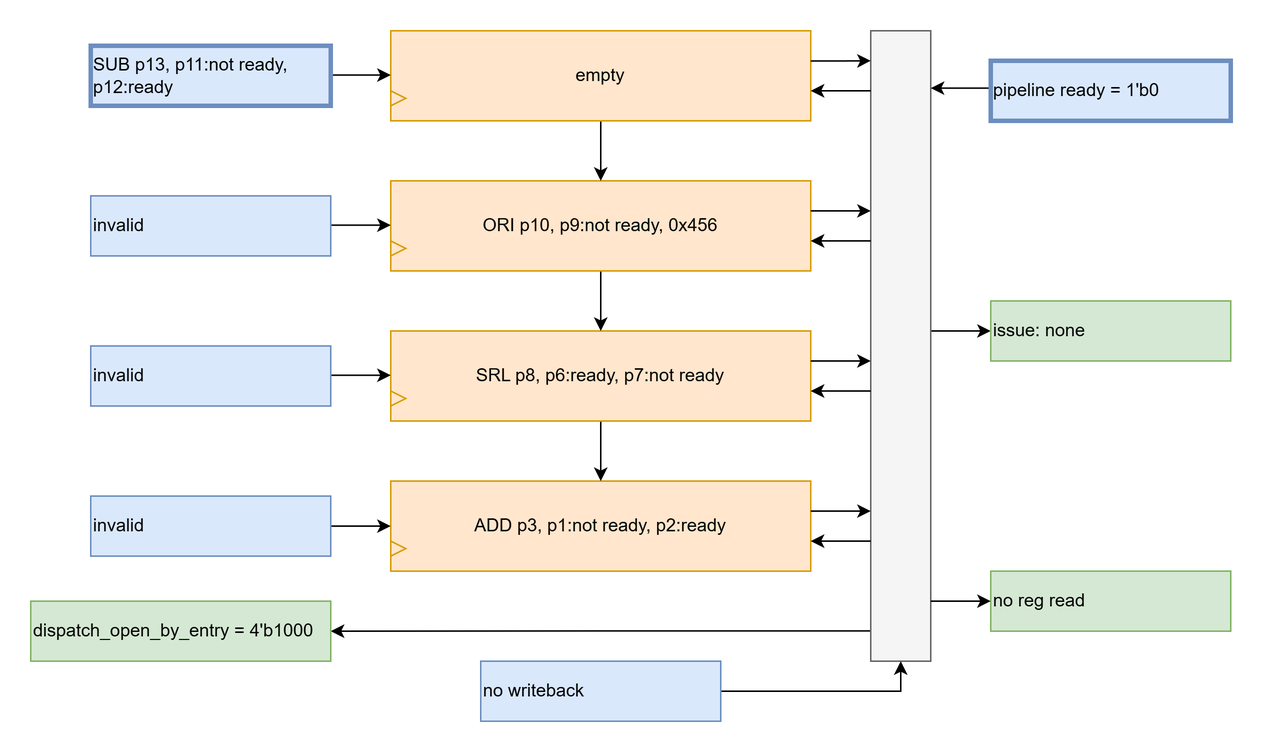
Above: spec/design/alu_iq_cycle_3.png in zlagpacan/LOROF (draw.io), before the change. Source tidied: cells renumbered, new cells last; positions are measured from the earlier drawing's top-left corner, leaving out a move shared by most shapes. Its diagram source:
```xml
<mxGraphModel>
  <root>
    <mxCell id="0" />
    <mxCell id="1" parent="0" />
    <mxCell id="2" value="&lt;span style=&quot;text-align: left;&quot;&gt;ADD p3, p1:not ready, p2:ready&lt;/span&gt;" style="rounded=0;whiteSpace=wrap;html=1;fillColor=#ffe6cc;strokeColor=#d79b00;" parent="1" vertex="1">
      <mxGeometry x="240" y="300" width="280" height="60" as="geometry" />
    </mxCell>
    <mxCell id="3" style="endArrow=classic;html=1;rounded=0;entryX=0;entryY=0.5;entryDx=0;entryDy=0;" parent="1" edge="1" target="2">
      <mxGeometry relative="1" as="geometry">
        <mxPoint x="200" y="330" as="sourcePoint" />
      </mxGeometry>
    </mxCell>
    <mxCell id="4" style="triangle;whiteSpace=wrap;html=1;fillColor=#ffe6cc;strokeColor=#d79b00;" parent="1" vertex="1">
      <mxGeometry x="240" y="340" width="10" height="10" as="geometry" />
    </mxCell>
    <mxCell id="5" style="edgeStyle=orthogonalEdgeStyle;rounded=0;jettySize=auto;html=1;exitX=0.5;exitY=1;exitDx=0;exitDy=0;entryX=0.5;entryY=0;entryDx=0;entryDy=0;" parent="1" edge="1" source="6" target="2">
      <mxGeometry relative="1" as="geometry" />
    </mxCell>
    <mxCell id="6" value="&lt;span style=&quot;text-align: left;&quot;&gt;SRL p8, p6:ready, p7:not ready&lt;/span&gt;" style="rounded=0;whiteSpace=wrap;html=1;fillColor=#ffe6cc;strokeColor=#d79b00;" parent="1" vertex="1">
      <mxGeometry x="240" y="200" width="280" height="60" as="geometry" />
    </mxCell>
    <mxCell id="7" style="triangle;whiteSpace=wrap;html=1;fillColor=#ffe6cc;strokeColor=#d79b00;" parent="1" vertex="1">
      <mxGeometry x="240" y="240" width="10" height="10" as="geometry" />
    </mxCell>
    <mxCell id="8" style="edgeStyle=orthogonalEdgeStyle;rounded=0;jettySize=auto;html=1;exitX=0.5;exitY=1;exitDx=0;exitDy=0;entryX=0.5;entryY=0;entryDx=0;entryDy=0;" parent="1" edge="1" source="9" target="6">
      <mxGeometry relative="1" as="geometry" />
    </mxCell>
    <mxCell id="9" value="&lt;span style=&quot;text-align: left;&quot;&gt;ORI p10, p9:not ready, 0x456&lt;/span&gt;" style="rounded=0;whiteSpace=wrap;html=1;fillColor=#ffe6cc;strokeColor=#d79b00;" parent="1" vertex="1">
      <mxGeometry x="240" y="100" width="280" height="60" as="geometry" />
    </mxCell>
    <mxCell id="10" style="triangle;whiteSpace=wrap;html=1;fillColor=#ffe6cc;strokeColor=#d79b00;" parent="1" vertex="1">
      <mxGeometry x="240" y="140" width="10" height="10" as="geometry" />
    </mxCell>
    <mxCell id="11" style="edgeStyle=orthogonalEdgeStyle;rounded=0;jettySize=auto;html=1;exitX=0.5;exitY=1;exitDx=0;exitDy=0;entryX=0.5;entryY=0;entryDx=0;entryDy=0;" parent="1" edge="1" source="12" target="9">
      <mxGeometry relative="1" as="geometry" />
    </mxCell>
    <mxCell id="12" value="empty" style="rounded=0;whiteSpace=wrap;html=1;fillColor=#ffe6cc;strokeColor=#d79b00;" parent="1" vertex="1">
      <mxGeometry x="240" width="280" height="60" as="geometry" />
    </mxCell>
    <mxCell id="13" style="triangle;whiteSpace=wrap;html=1;fillColor=#ffe6cc;strokeColor=#d79b00;" parent="1" vertex="1">
      <mxGeometry x="240" y="40" width="10" height="10" as="geometry" />
    </mxCell>
    <mxCell id="14" style="endArrow=classic;html=1;rounded=0;entryX=0;entryY=0.5;entryDx=0;entryDy=0;" parent="1" edge="1">
      <mxGeometry relative="1" as="geometry">
        <mxPoint x="200" y="229.5" as="sourcePoint" />
        <mxPoint x="240" y="229.5" as="targetPoint" />
      </mxGeometry>
    </mxCell>
    <mxCell id="15" style="endArrow=classic;html=1;rounded=0;entryX=0;entryY=0.5;entryDx=0;entryDy=0;" parent="1" edge="1">
      <mxGeometry relative="1" as="geometry">
        <mxPoint x="200" y="129.5" as="sourcePoint" />
        <mxPoint x="240" y="129.5" as="targetPoint" />
      </mxGeometry>
    </mxCell>
    <mxCell id="16" style="endArrow=classic;html=1;rounded=0;entryX=0;entryY=0.5;entryDx=0;entryDy=0;" parent="1" edge="1">
      <mxGeometry relative="1" as="geometry">
        <mxPoint x="200" y="29.5" as="sourcePoint" />
        <mxPoint x="240" y="29.5" as="targetPoint" />
      </mxGeometry>
    </mxCell>
    <mxCell id="17" style="edgeStyle=orthogonalEdgeStyle;rounded=0;jettySize=auto;html=1;entryX=1;entryY=0.5;entryDx=0;entryDy=0;exitX=0;exitY=0.952;exitDx=0;exitDy=0;exitPerimeter=0;" parent="1" edge="1" source="19" target="31">
      <mxGeometry relative="1" as="geometry" />
    </mxCell>
    <mxCell id="18" style="edgeStyle=orthogonalEdgeStyle;rounded=0;jettySize=auto;html=1;entryX=0;entryY=0.5;entryDx=0;entryDy=0;" parent="1" edge="1" target="34">
      <mxGeometry relative="1" as="geometry">
        <mxPoint x="600" y="200" as="sourcePoint" />
        <Array as="points">
          <mxPoint x="640" y="200" />
          <mxPoint x="640" y="200" />
        </Array>
      </mxGeometry>
    </mxCell>
    <mxCell id="19" style="rounded=0;whiteSpace=wrap;html=1;fillColor=#f5f5f5;fontColor=#333333;strokeColor=#666666;" parent="1" vertex="1">
      <mxGeometry x="560" width="40" height="420" as="geometry" />
    </mxCell>
    <mxCell id="20" style="edgeStyle=orthogonalEdgeStyle;rounded=0;orthogonalLoop=1;jettySize=auto;html=1;exitX=1;exitY=0.5;exitDx=0;exitDy=0;" parent="1" edge="1">
      <mxGeometry relative="1" as="geometry">
        <mxPoint x="520" y="20.1" as="sourcePoint" />
        <mxPoint x="560" y="20" as="targetPoint" />
        <Array as="points">
          <mxPoint x="550" y="20.1" />
          <mxPoint x="550" y="20.1" />
        </Array>
      </mxGeometry>
    </mxCell>
    <mxCell id="21" style="edgeStyle=orthogonalEdgeStyle;rounded=0;orthogonalLoop=1;jettySize=auto;html=1;" parent="1" edge="1">
      <mxGeometry relative="1" as="geometry">
        <mxPoint x="560" y="40" as="sourcePoint" />
        <mxPoint x="520" y="40" as="targetPoint" />
        <Array as="points">
          <mxPoint x="520" y="40" />
          <mxPoint x="520" y="40" />
        </Array>
      </mxGeometry>
    </mxCell>
    <mxCell id="22" style="edgeStyle=orthogonalEdgeStyle;rounded=0;orthogonalLoop=1;jettySize=auto;html=1;exitX=1;exitY=0.5;exitDx=0;exitDy=0;" parent="1" edge="1">
      <mxGeometry relative="1" as="geometry">
        <mxPoint x="520" y="120" as="sourcePoint" />
        <mxPoint x="560" y="120" as="targetPoint" />
        <Array as="points">
          <mxPoint x="550" y="120" />
          <mxPoint x="550" y="120" />
        </Array>
      </mxGeometry>
    </mxCell>
    <mxCell id="23" style="edgeStyle=orthogonalEdgeStyle;rounded=0;orthogonalLoop=1;jettySize=auto;html=1;" parent="1" edge="1">
      <mxGeometry relative="1" as="geometry">
        <mxPoint x="560" y="140" as="sourcePoint" />
        <mxPoint x="520" y="140" as="targetPoint" />
        <Array as="points">
          <mxPoint x="520" y="140" />
          <mxPoint x="520" y="140" />
        </Array>
      </mxGeometry>
    </mxCell>
    <mxCell id="24" style="edgeStyle=orthogonalEdgeStyle;rounded=0;orthogonalLoop=1;jettySize=auto;html=1;" parent="1" edge="1">
      <mxGeometry relative="1" as="geometry">
        <mxPoint x="520" y="220" as="sourcePoint" />
        <mxPoint x="560" y="220" as="targetPoint" />
        <Array as="points">
          <mxPoint x="550" y="219.8" />
          <mxPoint x="550" y="219.8" />
        </Array>
      </mxGeometry>
    </mxCell>
    <mxCell id="25" style="edgeStyle=orthogonalEdgeStyle;rounded=0;orthogonalLoop=1;jettySize=auto;html=1;" parent="1" edge="1">
      <mxGeometry relative="1" as="geometry">
        <mxPoint x="560" y="240" as="sourcePoint" />
        <mxPoint x="520" y="240" as="targetPoint" />
        <Array as="points">
          <mxPoint x="520" y="239.8" />
          <mxPoint x="520" y="239.8" />
        </Array>
      </mxGeometry>
    </mxCell>
    <mxCell id="26" style="edgeStyle=orthogonalEdgeStyle;rounded=0;orthogonalLoop=1;jettySize=auto;html=1;" parent="1" edge="1">
      <mxGeometry relative="1" as="geometry">
        <mxPoint x="520" y="320" as="sourcePoint" />
        <mxPoint x="560" y="320" as="targetPoint" />
        <Array as="points">
          <mxPoint x="550" y="319.7" />
          <mxPoint x="550" y="319.7" />
        </Array>
      </mxGeometry>
    </mxCell>
    <mxCell id="27" style="edgeStyle=orthogonalEdgeStyle;rounded=0;orthogonalLoop=1;jettySize=auto;html=1;" parent="1" edge="1">
      <mxGeometry relative="1" as="geometry">
        <mxPoint x="560" y="340" as="sourcePoint" />
        <mxPoint x="520" y="340" as="targetPoint" />
        <Array as="points">
          <mxPoint x="520" y="339.7" />
          <mxPoint x="520" y="339.7" />
        </Array>
      </mxGeometry>
    </mxCell>
    <mxCell id="28" value="SUB p13, p11:not ready, p12:ready" style="text;html=1;align=left;verticalAlign=middle;whiteSpace=wrap;rounded=0;fillColor=#dae8fc;strokeColor=#6c8ebf;strokeWidth=3;" parent="1" vertex="1">
      <mxGeometry x="40" y="10" width="160" height="40" as="geometry" />
    </mxCell>
    <mxCell id="29" style="edgeStyle=orthogonalEdgeStyle;rounded=0;jettySize=auto;html=1;exitX=0;exitY=0.5;exitDx=0;exitDy=0;entryX=1;entryY=0.091;entryDx=0;entryDy=0;entryPerimeter=0;" parent="1" edge="1" source="30" target="19">
      <mxGeometry relative="1" as="geometry">
        <Array as="points">
          <mxPoint x="640" y="40" />
          <mxPoint x="640" y="40" />
        </Array>
      </mxGeometry>
    </mxCell>
    <mxCell id="30" value="pipeline ready = 1'b0" style="text;html=1;align=left;verticalAlign=middle;whiteSpace=wrap;rounded=0;fillColor=#dae8fc;strokeColor=#6c8ebf;strokeWidth=3;" parent="1" vertex="1">
      <mxGeometry x="640" y="20" width="160" height="40" as="geometry" />
    </mxCell>
    <mxCell id="31" value="&lt;span style=&quot;background-color: initial;&quot;&gt;dispatch_open_by_entry = 4'b1000&lt;/span&gt;" style="text;html=1;align=left;verticalAlign=middle;whiteSpace=wrap;rounded=0;fillColor=#d5e8d4;strokeColor=#82b366;" parent="1" vertex="1">
      <mxGeometry y="380" width="200" height="40" as="geometry" />
    </mxCell>
    <mxCell id="32" style="edgeStyle=orthogonalEdgeStyle;rounded=0;jettySize=auto;html=1;exitX=1;exitY=0.5;exitDx=0;exitDy=0;entryX=0.5;entryY=1;entryDx=0;entryDy=0;" parent="1" edge="1" source="33" target="19">
      <mxGeometry relative="1" as="geometry" />
    </mxCell>
    <mxCell id="33" value="no writeback" style="text;html=1;align=left;verticalAlign=middle;whiteSpace=wrap;rounded=0;fillColor=#dae8fc;strokeColor=#6c8ebf;" parent="1" vertex="1">
      <mxGeometry x="300" y="420" width="160" height="40" as="geometry" />
    </mxCell>
    <mxCell id="34" value="issue: none" style="text;html=1;align=left;verticalAlign=middle;whiteSpace=wrap;rounded=0;fillColor=#d5e8d4;strokeColor=#82b366;" parent="1" vertex="1">
      <mxGeometry x="640" y="180" width="160" height="40" as="geometry" />
    </mxCell>
    <mxCell id="35" value="no reg read" style="text;html=1;align=left;verticalAlign=middle;whiteSpace=wrap;rounded=0;fillColor=#d5e8d4;strokeColor=#82b366;" parent="1" vertex="1">
      <mxGeometry x="640" y="360" width="160" height="40" as="geometry" />
    </mxCell>
    <mxCell id="36" style="endArrow=classic;html=1;rounded=0;entryX=0;entryY=0.5;entryDx=0;entryDy=0;" parent="1" edge="1" target="35">
      <mxGeometry relative="1" as="geometry">
        <mxPoint x="600" y="380" as="sourcePoint" />
      </mxGeometry>
    </mxCell>
    <mxCell id="37" value="invalid" style="text;html=1;align=left;verticalAlign=middle;whiteSpace=wrap;rounded=0;fillColor=#dae8fc;strokeColor=#6c8ebf;" parent="1" vertex="1">
      <mxGeometry x="40" y="110" width="160" height="40" as="geometry" />
    </mxCell>
    <mxCell id="38" value="invalid" style="text;html=1;align=left;verticalAlign=middle;whiteSpace=wrap;rounded=0;fillColor=#dae8fc;strokeColor=#6c8ebf;" parent="1" vertex="1">
      <mxGeometry x="40" y="210" width="160" height="40" as="geometry" />
    </mxCell>
    <mxCell id="39" value="invalid" style="text;html=1;align=left;verticalAlign=middle;whiteSpace=wrap;rounded=0;fillColor=#dae8fc;strokeColor=#6c8ebf;" parent="1" vertex="1">
      <mxGeometry x="40" y="310" width="160" height="40" as="geometry" />
    </mxCell>
  </root>
</mxGraphModel>
```
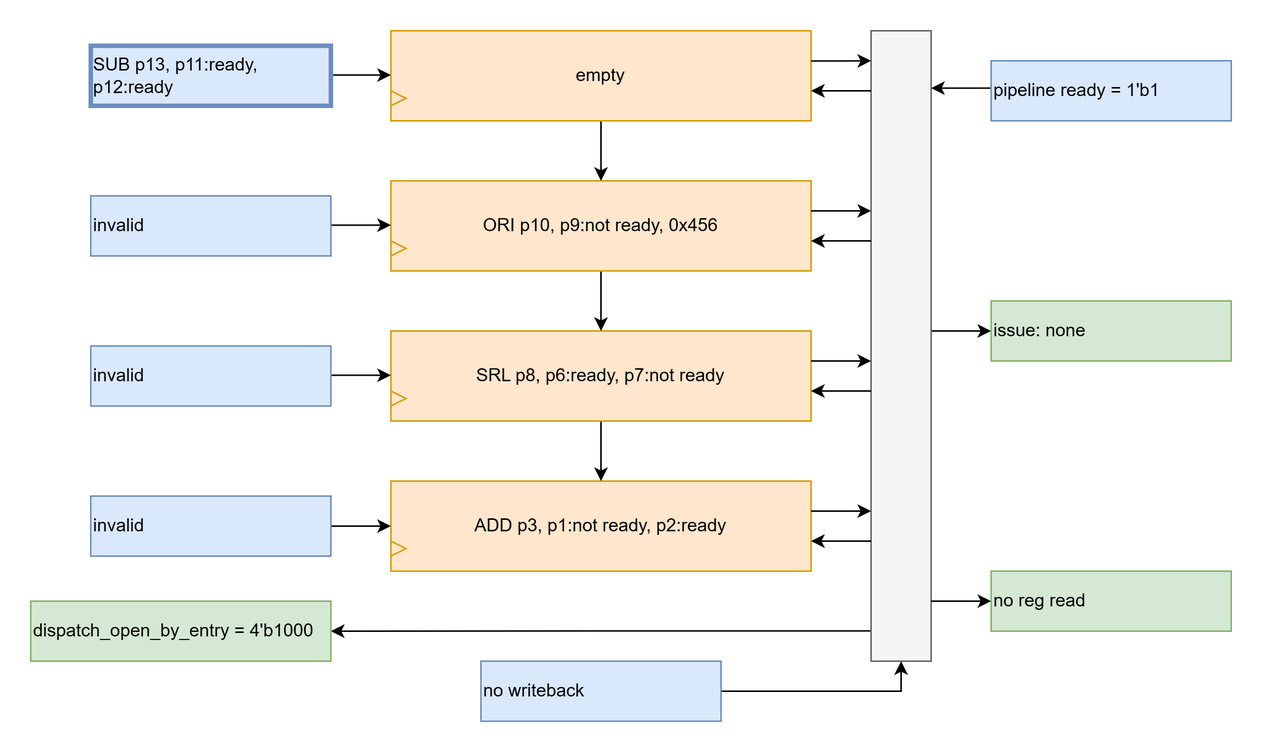
After the change.

What changed in the source:
```diff
@@ -153,7 +153,7 @@
         </Array>
       </mxGeometry>
     </mxCell>
-    <mxCell id="28" value="SUB p13, p11:not ready, p12:ready" style="text;html=1;align=left;verticalAlign=middle;whiteSpace=wrap;rounded=0;fillColor=#dae8fc;strokeColor=#6c8ebf;strokeWidth=3;" parent="1" vertex="1">
+    <mxCell id="28" value="SUB p13, p11:ready, p12:ready" style="text;html=1;align=left;verticalAlign=middle;whiteSpace=wrap;rounded=0;fillColor=#dae8fc;strokeColor=#6c8ebf;strokeWidth=3;" parent="1" vertex="1">
       <mxGeometry x="40" y="10" width="160" height="40" as="geometry" />
     </mxCell>
     <mxCell id="29" style="edgeStyle=orthogonalEdgeStyle;rounded=0;jettySize=auto;html=1;exitX=0;exitY=0.5;exitDx=0;exitDy=0;entryX=1;entryY=0.091;entryDx=0;entryDy=0;entryPerimeter=0;" parent="1" edge="1" source="30" target="19">
@@ -164,7 +164,7 @@
         </Array>
       </mxGeometry>
     </mxCell>
-    <mxCell id="30" value="pipeline ready = 1'b0" style="text;html=1;align=left;verticalAlign=middle;whiteSpace=wrap;rounded=0;fillColor=#dae8fc;strokeColor=#6c8ebf;strokeWidth=3;" parent="1" vertex="1">
+    <mxCell id="30" value="pipeline ready = 1'b1" style="text;html=1;align=left;verticalAlign=middle;whiteSpace=wrap;rounded=0;fillColor=#dae8fc;strokeColor=#6c8ebf;strokeWidth=1;" parent="1" vertex="1">
       <mxGeometry x="640" y="20" width="160" height="40" as="geometry" />
     </mxCell>
     <mxCell id="31" value="&lt;span style=&quot;background-color: initial;&quot;&gt;dispatch_open_by_entry = 4'b1000&lt;/span&gt;" style="text;html=1;align=left;verticalAlign=middle;whiteSpace=wrap;rounded=0;fillColor=#d5e8d4;strokeColor=#82b366;" parent="1" vertex="1">
```
